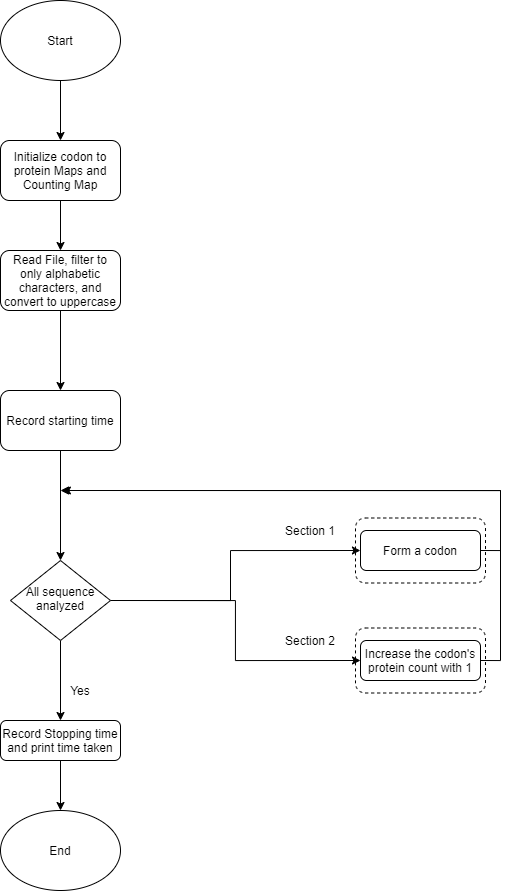
The draw.io diagram docs/sections.png in M-Elsaeed/OpenMP-DNA-Codons, before a commit. Source tidied: cells renumbered, new cells last; positions are measured from the earlier drawing's top-left corner, leaving out a move shared by most shapes.
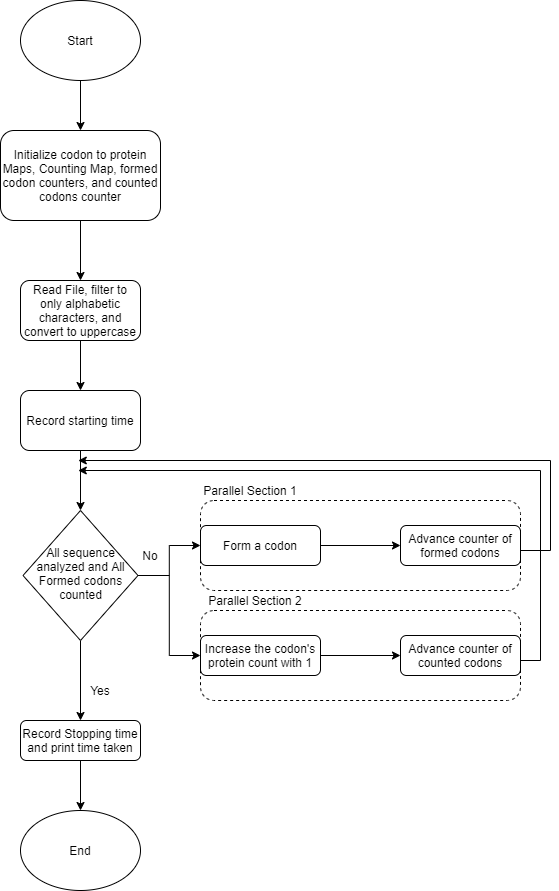
Later version of the same file.

Commit message:
Docs update to match new sections implementation

What changed in the source:
```diff
@@ -5,44 +5,33 @@
     <mxCell id="2" style="edgeStyle=orthogonalEdgeStyle;rounded=0;jettySize=auto;html=1;exitX=0.5;exitY=1;exitDx=0;exitDy=0;entryX=0.5;entryY=0;entryDx=0;entryDy=0;" parent="1" edge="1" source="5" target="11">
       <mxGeometry relative="1" as="geometry" />
     </mxCell>
-    <mxCell id="3" style="edgeStyle=orthogonalEdgeStyle;rounded=0;jettySize=auto;html=1;exitX=1;exitY=0.5;exitDx=0;exitDy=0;entryX=0;entryY=0.5;entryDx=0;entryDy=0;" parent="1" edge="1" source="5" target="9">
-      <mxGeometry relative="1" as="geometry" />
-    </mxCell>
+    <mxCell id="26" style="edgeStyle=orthogonalEdgeStyle;rounded=0;jettySize=auto;html=1;exitX=1;exitY=0.5;exitDx=0;exitDy=0;entryX=0;entryY=0.5;entryDx=0;entryDy=0;" parent="1" edge="1" source="5" target="33">
+      <mxGeometry relative="1" as="geometry" />
+    </mxCell>
-    <mxCell id="4" style="edgeStyle=orthogonalEdgeStyle;rounded=0;jettySize=auto;html=1;exitX=1;exitY=0.5;exitDx=0;exitDy=0;entryX=0.038;entryY=0.5;entryDx=0;entryDy=0;entryPerimeter=0;" parent="1" edge="1" source="5" target="22">
-      <mxGeometry relative="1" as="geometry">
-        <Array as="points">
-          <mxPoint x="230" y="600" />
-          <mxPoint x="230" y="550" />
-        </Array>
-      </mxGeometry>
+    <mxCell id="4" style="edgeStyle=orthogonalEdgeStyle;rounded=0;jettySize=auto;html=1;exitX=1;exitY=0.5;exitDx=0;exitDy=0;entryX=0;entryY=0.5;entryDx=0;entryDy=0;" parent="1" edge="1" source="5" target="22">
+      <mxGeometry relative="1" as="geometry" />
     </mxCell>
-    <mxCell id="5" value="All sequence analyzed" style="rhombus;whiteSpace=wrap;html=1;shadow=0;fontFamily=Helvetica;fontSize=12;align=center;strokeWidth=1;spacing=6;spacingTop=-4;" parent="1" vertex="1">
-      <mxGeometry x="10" y="560" width="100" height="80" as="geometry" />
+    <mxCell id="5" value="All sequence analyzed and All Formed codons counted" style="rhombus;whiteSpace=wrap;html=1;shadow=0;fontFamily=Helvetica;fontSize=12;align=center;strokeWidth=1;spacing=6;spacingTop=-4;" parent="1" vertex="1">
+      <mxGeometry x="2.5" y="510" width="115" height="130" as="geometry" />
     </mxCell>
-    <mxCell id="6" style="edgeStyle=orthogonalEdgeStyle;rounded=0;jettySize=auto;html=1;exitX=1;exitY=0.5;exitDx=0;exitDy=0;" parent="1" edge="1" source="7">
-      <mxGeometry relative="1" as="geometry">
-        <mxPoint x="61.9" y="490" as="targetPoint" />
-        <Array as="points">
-          <mxPoint x="500" y="550" />
-          <mxPoint x="500" y="490" />
-        </Array>
-      </mxGeometry>
-    </mxCell>
+    <mxCell id="27" style="edgeStyle=orthogonalEdgeStyle;rounded=0;jettySize=auto;html=1;" parent="1" edge="1" source="7" target="28">
+      <mxGeometry relative="1" as="geometry" />
+    </mxCell>
     <mxCell id="7" value="Form a codon" style="rounded=1;whiteSpace=wrap;html=1;fontSize=12;glass=0;strokeWidth=1;shadow=0;" parent="1" vertex="1">
-      <mxGeometry x="360" y="530" width="120" height="40" as="geometry" />
+      <mxGeometry x="180" y="525" width="120" height="40" as="geometry" />
     </mxCell>
-    <mxCell id="8" style="edgeStyle=orthogonalEdgeStyle;rounded=0;jettySize=auto;html=1;exitX=1;exitY=0.5;exitDx=0;exitDy=0;" parent="1" edge="1" source="9">
-      <mxGeometry relative="1" as="geometry">
-        <mxPoint x="60" y="490" as="targetPoint" />
-        <Array as="points">
-          <mxPoint x="500" y="660" />
-          <mxPoint x="500" y="490" />
-        </Array>
-      </mxGeometry>
-    </mxCell>
+    <mxCell id="28" value="Advance counter of formed codons" style="rounded=1;whiteSpace=wrap;html=1;fontSize=12;glass=0;strokeWidth=1;shadow=0;" parent="1" vertex="1">
+      <mxGeometry x="380" y="525" width="120" height="40" as="geometry" />
+    </mxCell>
+    <mxCell id="29" style="edgeStyle=orthogonalEdgeStyle;rounded=0;jettySize=auto;html=1;exitX=1;exitY=0.5;exitDx=0;exitDy=0;entryX=0;entryY=0.5;entryDx=0;entryDy=0;" parent="1" edge="1" source="9" target="30">
+      <mxGeometry relative="1" as="geometry" />
+    </mxCell>
     <mxCell id="9" value="Increase the codon's protein count with 1" style="rounded=1;whiteSpace=wrap;html=1;fontSize=12;glass=0;strokeWidth=1;shadow=0;" parent="1" vertex="1">
-      <mxGeometry x="360" y="640" width="120" height="40" as="geometry" />
+      <mxGeometry x="180" y="635" width="120" height="40" as="geometry" />
     </mxCell>
+    <mxCell id="30" value="Advance counter of counted codons" style="rounded=1;whiteSpace=wrap;html=1;fontSize=12;glass=0;strokeWidth=1;shadow=0;" parent="1" vertex="1">
+      <mxGeometry x="380" y="635" width="120" height="40" as="geometry" />
+    </mxCell>
     <mxCell id="10" style="edgeStyle=orthogonalEdgeStyle;rounded=0;jettySize=auto;html=1;exitX=0.5;exitY=1;exitDx=0;exitDy=0;entryX=0.5;entryY=0;entryDx=0;entryDy=0;" parent="1" edge="1" source="11" target="20">
       <mxGeometry relative="1" as="geometry" />
     </mxCell>
@@ -58,14 +47,14 @@
     <mxCell id="14" style="edgeStyle=orthogonalEdgeStyle;rounded=0;jettySize=auto;html=1;exitX=0.5;exitY=1;exitDx=0;exitDy=0;" parent="1" edge="1" source="15" target="17">
       <mxGeometry relative="1" as="geometry" />
     </mxCell>
-    <mxCell id="15" value="&lt;span&gt;Initialize codon to protein Maps and Counting Map&lt;/span&gt;" style="rounded=1;whiteSpace=wrap;html=1;" parent="1" vertex="1">
-      <mxGeometry y="140" width="120" height="60" as="geometry" />
+    <mxCell id="15" value="&lt;span&gt;Initialize codon to protein Maps, Counting Map, formed codon counters, and counted codons counter&lt;/span&gt;" style="rounded=1;whiteSpace=wrap;html=1;" parent="1" vertex="1">
+      <mxGeometry x="-20" y="130" width="160" height="90" as="geometry" />
     </mxCell>
     <mxCell id="16" style="edgeStyle=orthogonalEdgeStyle;rounded=0;jettySize=auto;html=1;" parent="1" edge="1" source="17" target="19">
       <mxGeometry relative="1" as="geometry" />
     </mxCell>
     <mxCell id="17" value="Read File, filter to only alphabetic characters, and convert to uppercase" style="rounded=1;whiteSpace=wrap;html=1;" parent="1" vertex="1">
-      <mxGeometry y="250" width="120" height="60" as="geometry" />
+      <mxGeometry y="280" width="120" height="60" as="geometry" />
     </mxCell>
     <mxCell id="18" style="edgeStyle=orthogonalEdgeStyle;rounded=0;jettySize=auto;html=1;exitX=0.5;exitY=1;exitDx=0;exitDy=0;entryX=0.5;entryY=0;entryDx=0;entryDy=0;" parent="1" edge="1" source="19" target="5">
       <mxGeometry relative="1" as="geometry" />
@@ -79,17 +68,40 @@
     <mxCell id="21" value="Yes" style="text;html=1;strokeColor=none;fillColor=none;align=center;verticalAlign=middle;whiteSpace=wrap;rounded=0;" parent="1" vertex="1">
       <mxGeometry x="60" y="680" width="40" height="20" as="geometry" />
     </mxCell>
+    <mxCell id="31" style="edgeStyle=orthogonalEdgeStyle;rounded=0;jettySize=auto;html=1;exitX=1;exitY=0.5;exitDx=0;exitDy=0;" parent="1" edge="1" source="22">
+      <mxGeometry relative="1" as="geometry">
+        <mxPoint x="57.8" y="460" as="targetPoint" />
+        <Array as="points">
+          <mxPoint x="500" y="550" />
+          <mxPoint x="530" y="550" />
+          <mxPoint x="530" y="460" />
+        </Array>
+      </mxGeometry>
+    </mxCell>
     <mxCell id="22" style="rounded=1;whiteSpace=wrap;html=1;dashed=1;fillColor=none;" parent="1" vertex="1">
-      <mxGeometry x="355" y="517.5" width="130" height="65" as="geometry" />
+      <mxGeometry x="180" y="500" width="320" height="90" as="geometry" />
     </mxCell>
-    <mxCell id="23" style="rounded=1;whiteSpace=wrap;html=1;dashed=1;fillColor=none;" parent="1" vertex="1">
-      <mxGeometry x="355" y="627.5" width="130" height="65" as="geometry" />
-    </mxCell>
-    <mxCell id="24" value="Section 1" style="text;html=1;strokeColor=none;fillColor=none;align=center;verticalAlign=middle;whiteSpace=wrap;rounded=0;" parent="1" vertex="1">
-      <mxGeometry x="280" y="520" width="60" height="20" as="geometry" />
+    <mxCell id="24" value="Parallel Section 1" style="text;html=1;strokeColor=none;fillColor=none;align=center;verticalAlign=middle;whiteSpace=wrap;rounded=0;" parent="1" vertex="1">
+      <mxGeometry x="180" y="480" width="100" height="20" as="geometry" />
     </mxCell>
-    <mxCell id="25" value="Section 2" style="text;html=1;strokeColor=none;fillColor=none;align=center;verticalAlign=middle;whiteSpace=wrap;rounded=0;" parent="1" vertex="1">
-      <mxGeometry x="280" y="630" width="60" height="20" as="geometry" />
+    <mxCell id="25" value="Parallel Section 2" style="text;html=1;strokeColor=none;fillColor=none;align=center;verticalAlign=middle;whiteSpace=wrap;rounded=0;" parent="1" vertex="1">
+      <mxGeometry x="180" y="590" width="110" height="20" as="geometry" />
     </mxCell>
+    <mxCell id="32" style="edgeStyle=orthogonalEdgeStyle;rounded=0;jettySize=auto;html=1;exitX=1;exitY=0.5;exitDx=0;exitDy=0;" parent="1" edge="1" source="33">
+      <mxGeometry relative="1" as="geometry">
+        <mxPoint x="57.8" y="470" as="targetPoint" />
+        <Array as="points">
+          <mxPoint x="500" y="660" />
+          <mxPoint x="520" y="660" />
+          <mxPoint x="520" y="470" />
+        </Array>
+      </mxGeometry>
+    </mxCell>
+    <mxCell id="33" style="rounded=1;whiteSpace=wrap;html=1;dashed=1;fillColor=none;" parent="1" vertex="1">
+      <mxGeometry x="180" y="610" width="320" height="90" as="geometry" />
+    </mxCell>
+    <mxCell id="34" value="No" style="text;html=1;strokeColor=none;fillColor=none;align=center;verticalAlign=middle;whiteSpace=wrap;rounded=0;" parent="1" vertex="1">
+      <mxGeometry x="110" y="545" width="40" height="20" as="geometry" />
+    </mxCell>
   </root>
 </mxGraphModel>
```
